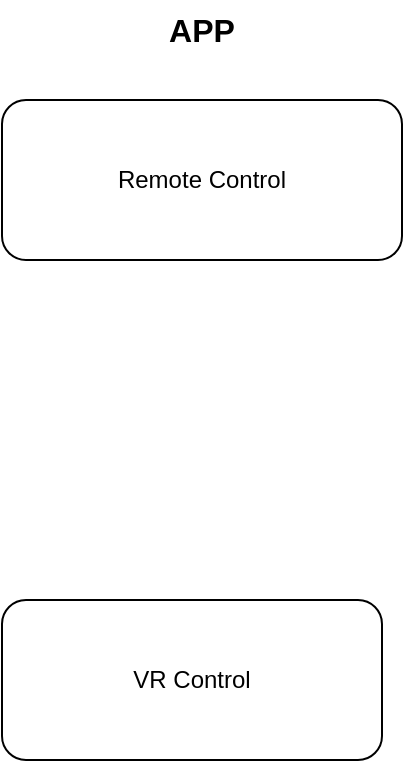
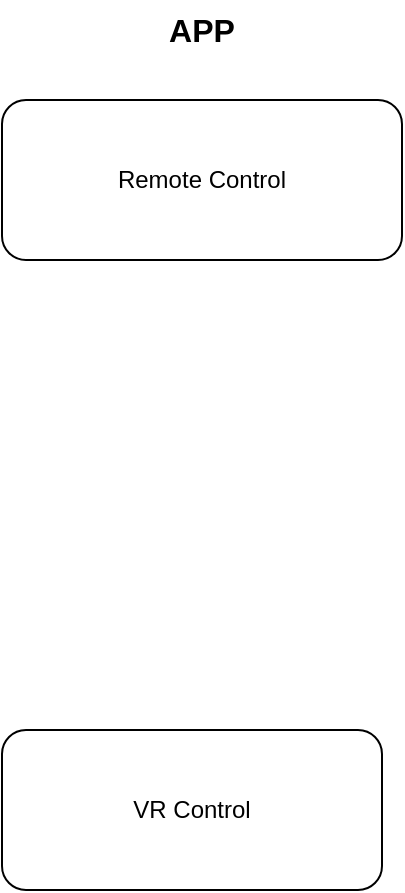
<mxfile host="app.diagrams.net">
  <diagram name="第 1 页" id="ybuJFLsuspTRZjUBc2Sj">
    <mxGraphModel dx="1122" dy="596" grid="1" gridSize="10" guides="1" tooltips="1" connect="1" arrows="1" fold="1" page="1" pageScale="1" pageWidth="827" pageHeight="1169" math="0" shadow="0">
      <root>
        <mxCell id="0" />
        <mxCell id="1" parent="0" />
        <mxCell id="IlZ43ksjCjAGZCLtcrJK-1" parent="1" style="rounded=1;whiteSpace=wrap;html=1;" value="Remote Control" vertex="1">
          <mxGeometry height="80" width="200" x="80" y="190" as="geometry" />
        </mxCell>
        <mxCell id="IlZ43ksjCjAGZCLtcrJK-2" parent="1" style="text;html=1;whiteSpace=wrap;strokeColor=none;fillColor=none;align=center;verticalAlign=middle;rounded=0;fontStyle=1;fontSize=16;" value="APP" vertex="1">
          <mxGeometry height="30" width="60" x="150" y="140" as="geometry" />
        </mxCell>
        <mxCell id="IlZ43ksjCjAGZCLtcrJK-3" parent="1" style="rounded=1;whiteSpace=wrap;html=1;" value="VR Control" vertex="1">
-           <mxGeometry height="80" width="190" x="80" y="440" as="geometry" />
+           <mxGeometry height="80" width="190" x="80" y="505" as="geometry" />
        </mxCell>
      </root>
    </mxGraphModel>
  </diagram>
</mxfile>
